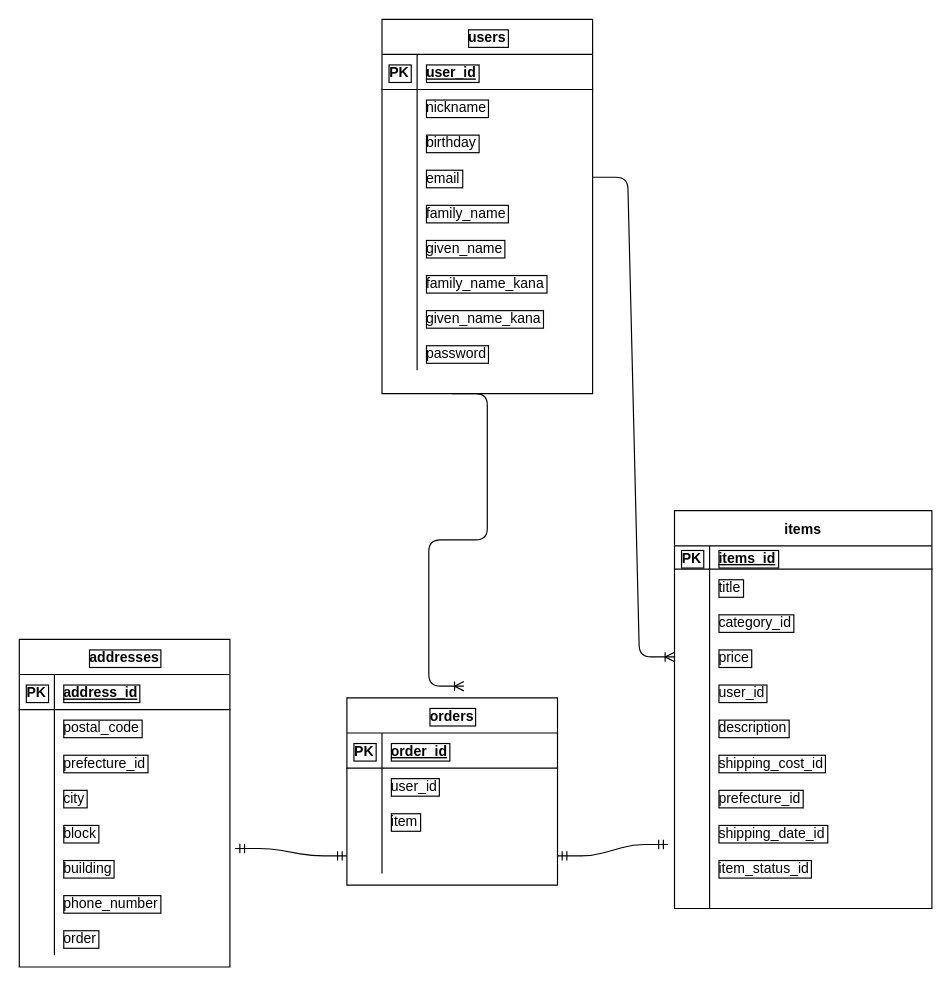
This is test.dio from shigeki310/furima-38165, a draw.io file, before an edit. Source tidied: cells renumbered, new cells numbered last; positions are measured from the earlier drawing's top-left corner, leaving out a move shared by most shapes. Both pictures are drawn from the tidied source at 117%, with x=0, y=0 at pixel (19, 19).
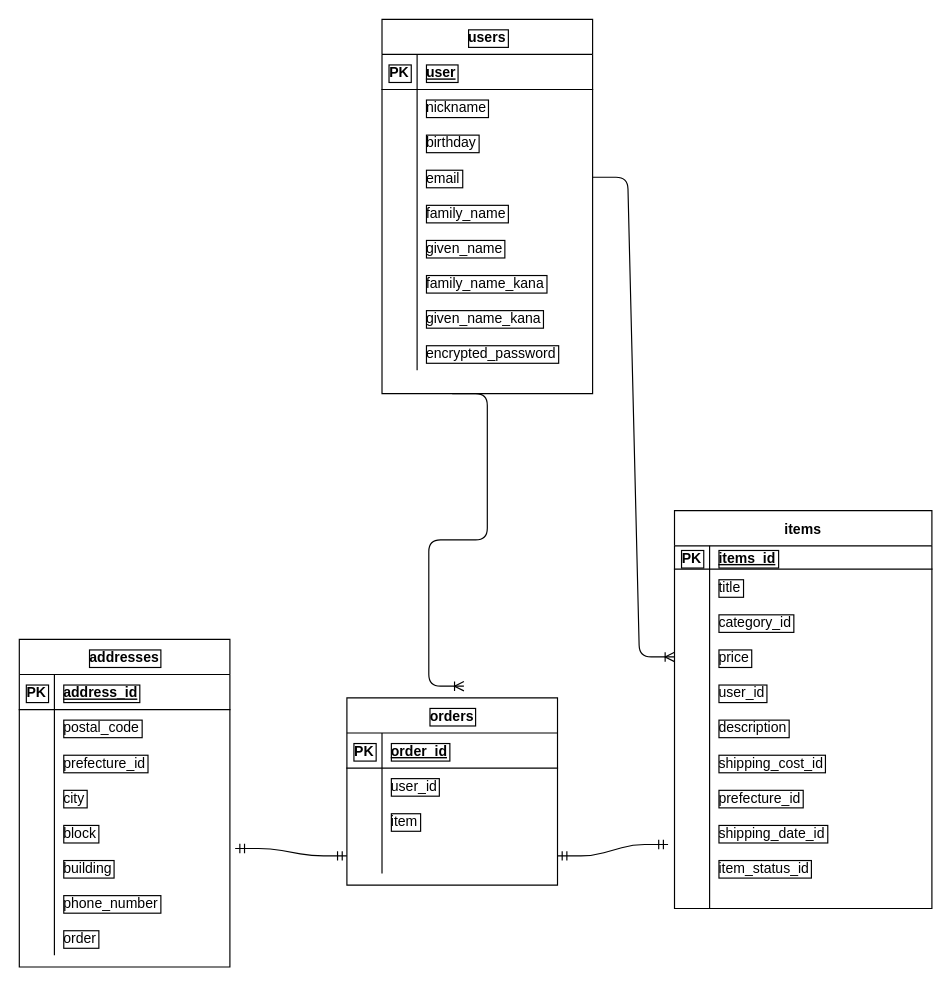
The same diagram, later.

The change refers to these unchanged cells:
```xml
<mxCell id="3" style="shape=partialRectangle;fillColor=none;top=0;left=0;bottom=1;right=0;labelBorderColor=default;" parent="2" vertex="1">
  <mxGeometry y="30" width="180" height="30" as="geometry" />
</mxCell>
<mxCell id="27" style="shape=partialRectangle;fillColor=none;top=0;left=0;bottom=0;right=0;labelBorderColor=default;strokeColor=default;" parent="2" vertex="1">
  <mxGeometry y="270" width="180" height="30" as="geometry" />
</mxCell>
```

What changed in the source:
```diff
@@
-    <mxCell id="5" value="user_id" style="shape=partialRectangle;fillColor=none;top=0;left=0;bottom=0;right=0;align=left;spacingLeft=6;fontStyle=5;overflow=hidden;labelBorderColor=default;" parent="3" vertex="1">
+    <mxCell id="5" value="user" style="shape=partialRectangle;fillColor=none;top=0;left=0;bottom=0;right=0;align=left;spacingLeft=6;fontStyle=5;overflow=hidden;labelBorderColor=default;" parent="3" vertex="1">
       <mxGeometry x="30" width="150" height="30" as="geometry" />
     </mxCell>
@@
-    <mxCell id="29" value="password" style="shape=partialRectangle;fillColor=none;top=0;left=0;bottom=0;right=0;align=left;spacingLeft=6;overflow=hidden;labelBorderColor=default;strokeColor=default;" parent="27" vertex="1">
+    <mxCell id="29" value="encrypted_password " style="shape=partialRectangle;fillColor=none;top=0;left=0;bottom=0;right=0;align=left;spacingLeft=6;overflow=hidden;labelBorderColor=default;strokeColor=default;" parent="27" vertex="1">
       <mxGeometry x="30" width="150" height="30" as="geometry" />
     </mxCell>
```
